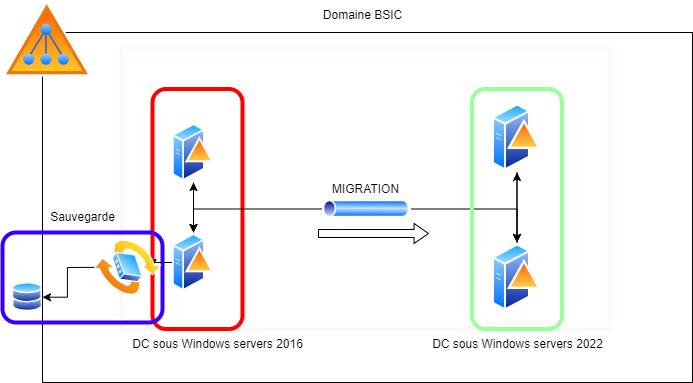
Above: Diagramme sans nom.drawio.png in Ktkjf/entrainement_wordpress (draw.io), before the change. Source tidied: cells renumbered, new cells last; positions are measured from the earlier drawing's top-left corner, leaving out a move shared by most shapes.
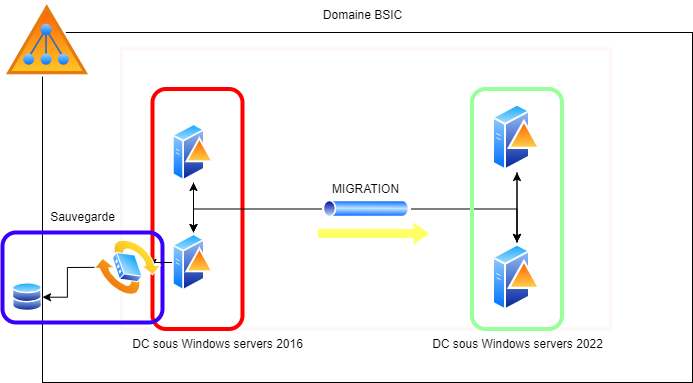
After the change.

Commit message:
Mettre à jour Diagramme sans nom.drawio.png

What changed in the source:
```diff
@@ -77,7 +77,7 @@
     <mxCell id="26" value="Sauvegarde" style="text;html=1;align=center;verticalAlign=middle;strokeColor=none;fillColor=none;" parent="1" vertex="1">
       <mxGeometry x="35" y="202" width="90" height="30" as="geometry" />
     </mxCell>
-    <mxCell id="27" style="shape=singleArrow;whiteSpace=wrap;html=1;arrowWidth=0.3986053466796875;arrowSize=0.13128121115944602;" parent="1" vertex="1">
+    <mxCell id="27" style="shape=singleArrow;whiteSpace=wrap;html=1;arrowWidth=0.3986053466796875;arrowSize=0.13128121115944602;strokeColor=#FFFF66;fillColor=#FFFF66;" parent="1" vertex="1">
       <mxGeometry x="316" y="223" width="110" height="20" as="geometry" />
     </mxCell>
   </root>
```
